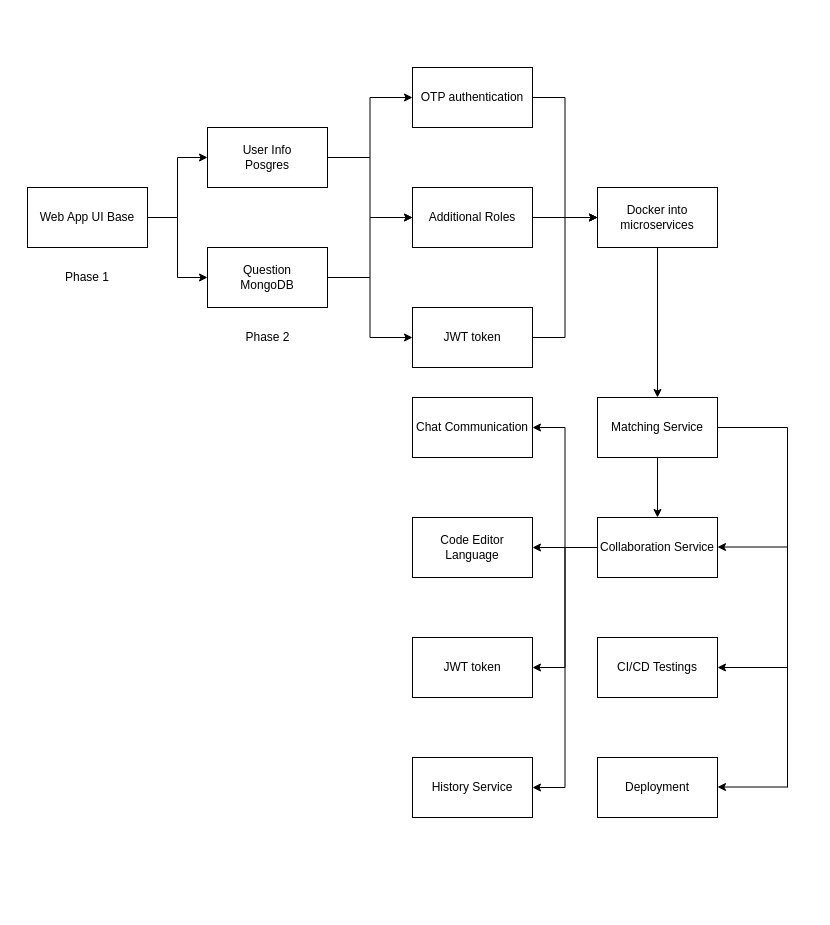
shaniceng/DrawIODiagrams keeps this draw.io diagram as Development-process.drawio. Above is the earlier version. Source tidied: cells renumbered, new cells numbered last; positions are measured from the earlier drawing's top-left corner, leaving out a move shared by most shapes. Both pictures are drawn from the tidied source at 100%, with x=0, y=0 at pixel (27, 67).
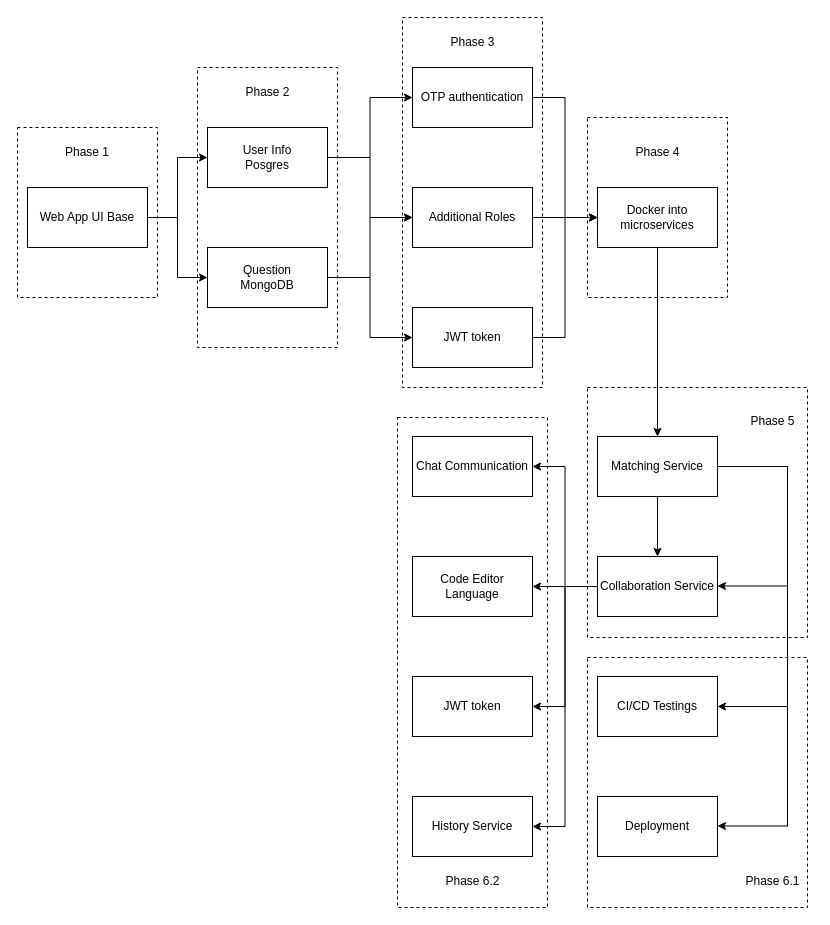
After the change.

The edit, as a diff of the source:
```diff
@@
+    <mxCell id="39" style="rounded=0;whiteSpace=wrap;html=1;dashed=1;fillColor=none;" parent="1" vertex="1">
+      <mxGeometry x="-10" y="60" width="140" height="170" as="geometry" />
+    </mxCell>
@@
     <mxCell id="17" value="Phase 1" style="text;html=1;strokeColor=none;fillColor=none;align=center;verticalAlign=middle;whiteSpace=wrap;rounded=0;" parent="1" vertex="1">
-      <mxGeometry x="30" y="195" width="60" height="30" as="geometry" />
+      <mxGeometry x="30" y="70" width="60" height="30" as="geometry" />
     </mxCell>
     <mxCell id="18" value="Phase 2" style="text;html=1;align=center;verticalAlign=middle;strokeColor=none;fillColor=none;" parent="1" vertex="1">
-      <mxGeometry x="205" y="255" width="70" height="30" as="geometry" />
+      <mxGeometry x="205" y="10" width="70" height="30" as="geometry" />
     </mxCell>
@@
     <mxCell id="21" value="Chat Communication" style="rounded=0;whiteSpace=wrap;html=1;" parent="1" vertex="1">
-      <mxGeometry x="385" y="330" width="120" height="60" as="geometry" />
+      <mxGeometry x="385" y="369" width="120" height="60" as="geometry" />
     </mxCell>
     <mxCell id="22" value="Code Editor Language" style="rounded=0;whiteSpace=wrap;html=1;" parent="1" vertex="1">
-      <mxGeometry x="385" y="450" width="120" height="60" as="geometry" />
+      <mxGeometry x="385" y="489" width="120" height="60" as="geometry" />
     </mxCell>
     <mxCell id="23" value="JWT token" style="rounded=0;whiteSpace=wrap;html=1;" parent="1" vertex="1">
-      <mxGeometry x="385" y="570" width="120" height="60" as="geometry" />
+      <mxGeometry x="385" y="609" width="120" height="60" as="geometry" />
     </mxCell>
@@
     <mxCell id="25" value="Matching Service" style="rounded=0;whiteSpace=wrap;html=1;" parent="1" vertex="1">
-      <mxGeometry x="570" y="330" width="120" height="60" as="geometry" />
+      <mxGeometry x="570" y="369" width="120" height="60" as="geometry" />
     </mxCell>
@@
     <mxCell id="30" value="Collaboration Service" style="rounded=0;whiteSpace=wrap;html=1;" parent="1" vertex="1">
-      <mxGeometry x="570" y="450" width="120" height="60" as="geometry" />
+      <mxGeometry x="570" y="489" width="120" height="60" as="geometry" />
     </mxCell>
     <mxCell id="31" value="History Service" style="rounded=0;whiteSpace=wrap;html=1;" parent="1" vertex="1">
-      <mxGeometry x="385" y="690" width="120" height="60" as="geometry" />
+      <mxGeometry x="385" y="729" width="120" height="60" as="geometry" />
     </mxCell>
     <mxCell id="32" value="CI/CD Testings" style="rounded=0;whiteSpace=wrap;html=1;" parent="1" vertex="1">
-      <mxGeometry x="570" y="570" width="120" height="60" as="geometry" />
+      <mxGeometry x="570" y="609" width="120" height="60" as="geometry" />
     </mxCell>
     <mxCell id="33" value="Deployment" style="rounded=0;whiteSpace=wrap;html=1;" parent="1" vertex="1">
-      <mxGeometry x="570" y="690" width="120" height="60" as="geometry" />
+      <mxGeometry x="570" y="729" width="120" height="60" as="geometry" />
     </mxCell>
     <mxCell id="34" style="endArrow=none;html=1;rounded=0;exitX=1;exitY=0.5;exitDx=0;exitDy=0;" parent="1" edge="1" source="25">
       <mxGeometry relative="1" as="geometry">
-        <mxPoint x="760" y="360" as="targetPoint" />
+        <mxPoint x="760" y="399" as="targetPoint" />
       </mxGeometry>
     </mxCell>
     <mxCell id="35" style="endArrow=none;html=1;rounded=0;" parent="1" edge="1">
       <mxGeometry relative="1" as="geometry">
-        <mxPoint x="760" y="360" as="sourcePoint" />
-        <mxPoint x="760" y="720" as="targetPoint" />
+        <mxPoint x="760" y="399" as="sourcePoint" />
+        <mxPoint x="760" y="759" as="targetPoint" />
       </mxGeometry>
     </mxCell>
     <mxCell id="36" style="endArrow=classic;html=1;rounded=0;" parent="1" edge="1">
       <mxGeometry relative="1" as="geometry">
-        <mxPoint x="760" y="600" as="sourcePoint" />
-        <mxPoint x="690" y="600" as="targetPoint" />
+        <mxPoint x="760" y="639" as="sourcePoint" />
+        <mxPoint x="690" y="639" as="targetPoint" />
       </mxGeometry>
     </mxCell>
     <mxCell id="37" style="endArrow=classic;html=1;rounded=0;" parent="1" edge="1">
       <mxGeometry relative="1" as="geometry">
-        <mxPoint x="760" y="719.5" as="sourcePoint" />
-        <mxPoint x="690" y="719.5" as="targetPoint" />
+        <mxPoint x="760" y="758.5" as="sourcePoint" />
+        <mxPoint x="690" y="758.5" as="targetPoint" />
       </mxGeometry>
     </mxCell>
     <mxCell id="38" style="endArrow=classic;html=1;rounded=0;" parent="1" edge="1">
       <mxGeometry relative="1" as="geometry">
-        <mxPoint x="760" y="479.5" as="sourcePoint" />
-        <mxPoint x="690" y="479.5" as="targetPoint" />
+        <mxPoint x="760" y="518.5" as="sourcePoint" />
+        <mxPoint x="690" y="518.5" as="targetPoint" />
       </mxGeometry>
     </mxCell>
+    <mxCell id="40" value="Phase 3" style="text;html=1;align=center;verticalAlign=middle;strokeColor=none;fillColor=none;" parent="1" vertex="1">
+      <mxGeometry x="410" y="-40" width="70" height="30" as="geometry" />
+    </mxCell>
+    <mxCell id="41" value="Phase 4" style="text;html=1;align=center;verticalAlign=middle;strokeColor=none;fillColor=none;" parent="1" vertex="1">
+      <mxGeometry x="595" y="70" width="70" height="30" as="geometry" />
+    </mxCell>
+    <mxCell id="42" value="Phase 5" style="text;html=1;align=center;verticalAlign=middle;strokeColor=none;fillColor=none;" parent="1" vertex="1">
+      <mxGeometry x="710" y="339" width="70" height="30" as="geometry" />
+    </mxCell>
+    <mxCell id="43" value="Phase 6.1" style="text;html=1;align=center;verticalAlign=middle;strokeColor=none;fillColor=none;" parent="1" vertex="1">
+      <mxGeometry x="705" y="799" width="80" height="30" as="geometry" />
+    </mxCell>
+    <mxCell id="44" value="Phase 6.2" style="text;html=1;align=center;verticalAlign=middle;strokeColor=none;fillColor=none;" parent="1" vertex="1">
+      <mxGeometry x="405" y="799" width="80" height="30" as="geometry" />
+    </mxCell>
+    <mxCell id="45" style="rounded=0;whiteSpace=wrap;html=1;dashed=1;fillColor=none;" parent="1" vertex="1">
+      <mxGeometry x="170" width="140" height="280" as="geometry" />
+    </mxCell>
+    <mxCell id="46" style="rounded=0;whiteSpace=wrap;html=1;dashed=1;fillColor=none;" parent="1" vertex="1">
+      <mxGeometry x="375" y="-50" width="140" height="370" as="geometry" />
+    </mxCell>
+    <mxCell id="47" style="rounded=0;whiteSpace=wrap;html=1;dashed=1;fillColor=none;" parent="1" vertex="1">
+      <mxGeometry x="560" y="50" width="140" height="180" as="geometry" />
+    </mxCell>
+    <mxCell id="48" style="rounded=0;whiteSpace=wrap;html=1;dashed=1;fillColor=none;" parent="1" vertex="1">
+      <mxGeometry x="560" y="320" width="220" height="250" as="geometry" />
+    </mxCell>
+    <mxCell id="49" style="rounded=0;whiteSpace=wrap;html=1;dashed=1;fillColor=none;" parent="1" vertex="1">
+      <mxGeometry x="560" y="590" width="220" height="250" as="geometry" />
+    </mxCell>
+    <mxCell id="50" style="rounded=0;whiteSpace=wrap;html=1;dashed=1;fillColor=none;" parent="1" vertex="1">
+      <mxGeometry x="370" y="350" width="150" height="490" as="geometry" />
+    </mxCell>
```
